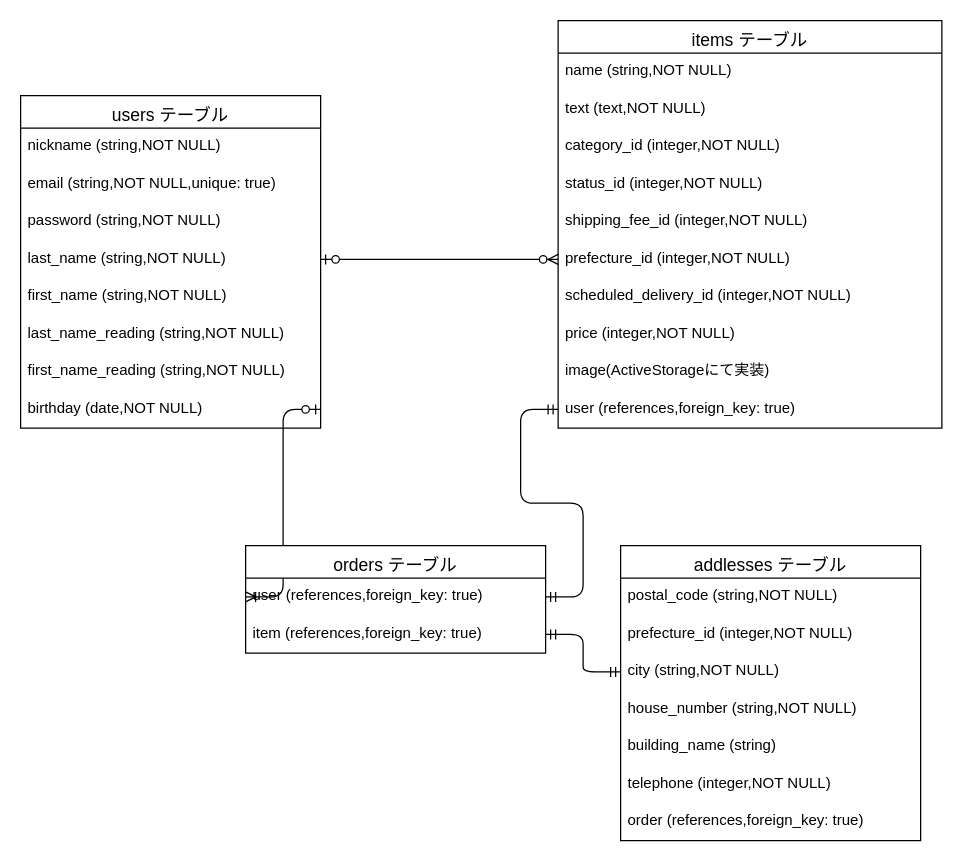
This is furima.dio from fujiwarashi/furima-31089, a draw.io file, before an edit. Source tidied: cells renumbered, new cells numbered last; positions are measured from the earlier drawing's top-left corner, leaving out a move shared by most shapes. Both pictures are drawn from the tidied source at 125%, with x=0, y=0 at pixel (20, 20).
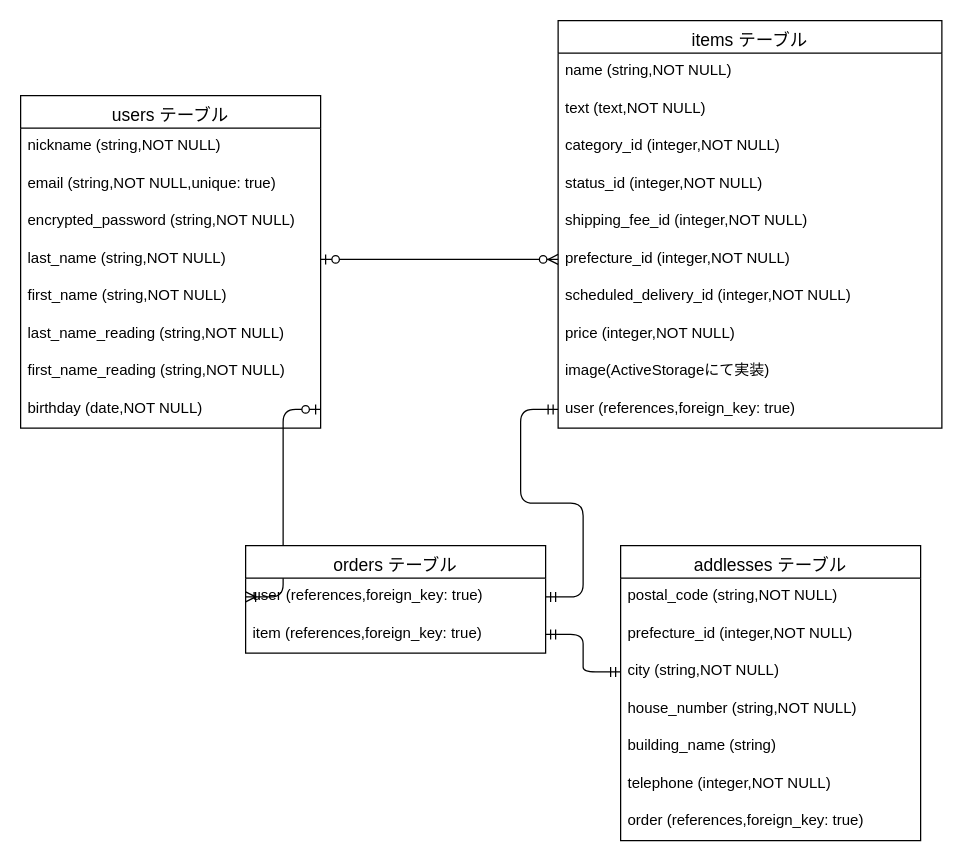
The same page after the edit.

Unchanged cells that the change refers to:
```xml
<mxCell id="3" value="users テーブル" style="swimlane;fontStyle=0;horizontal=1;startSize=26;align=center;fontSize=14;verticalAlign=bottom;" parent="1" vertex="1">
  <mxGeometry y="60" width="240" height="266" as="geometry" />
</mxCell>
```

What changed in the source:
```diff
@@
-    <mxCell id="6" value="password (string,NOT NULL)" style="text;strokeColor=none;fillColor=none;spacingLeft=4;spacingRight=4;overflow=hidden;fontSize=12;" parent="3" vertex="1">
+    <mxCell id="6" value="encrypted_password (string,NOT NULL)" style="text;strokeColor=none;fillColor=none;spacingLeft=4;spacingRight=4;overflow=hidden;fontSize=12;" parent="3" vertex="1">
       <mxGeometry y="86" width="240" height="30" as="geometry" />
     </mxCell>
```
